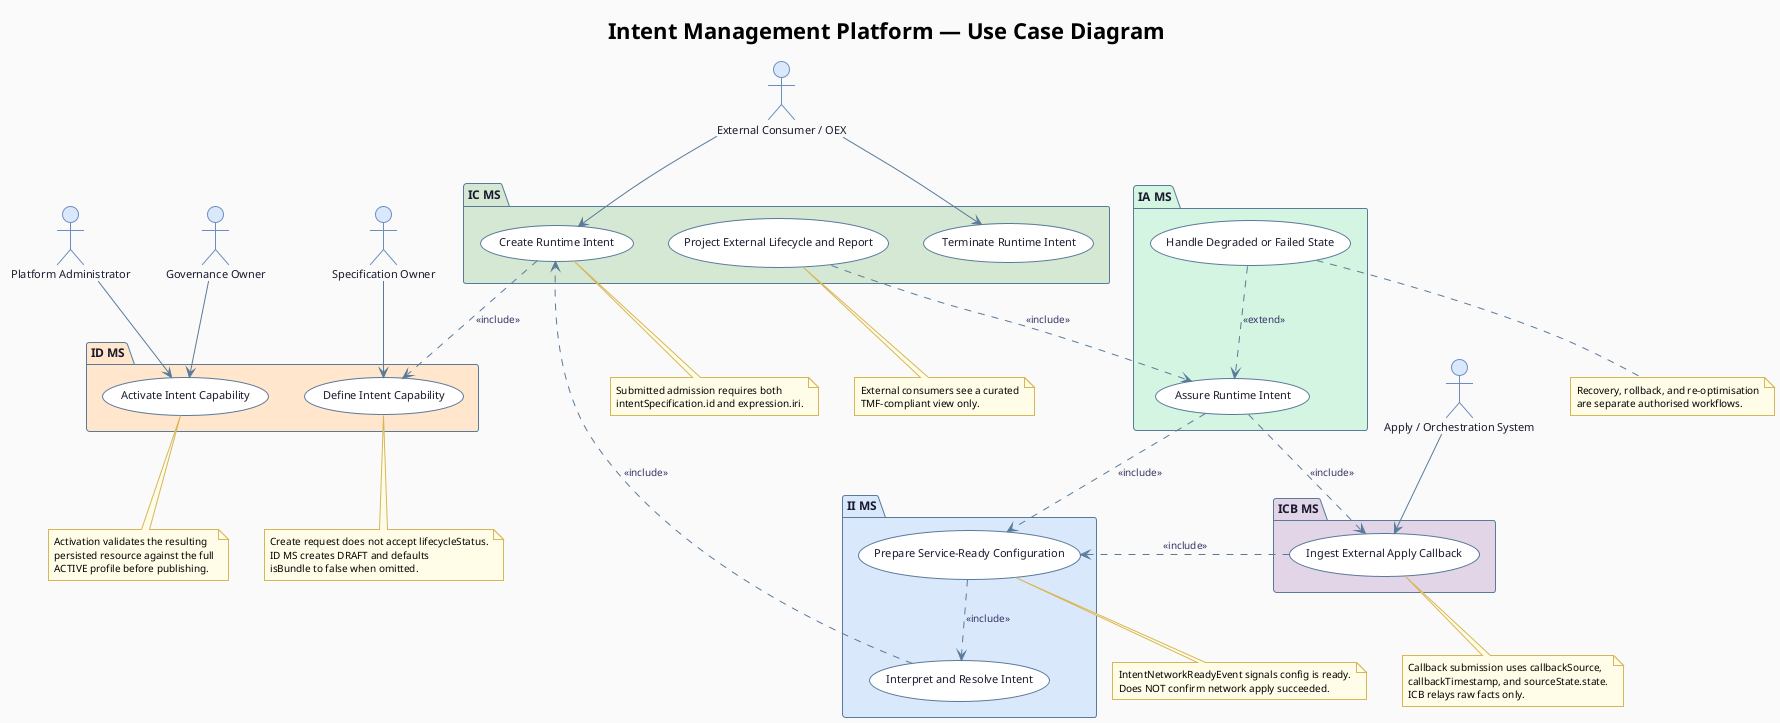
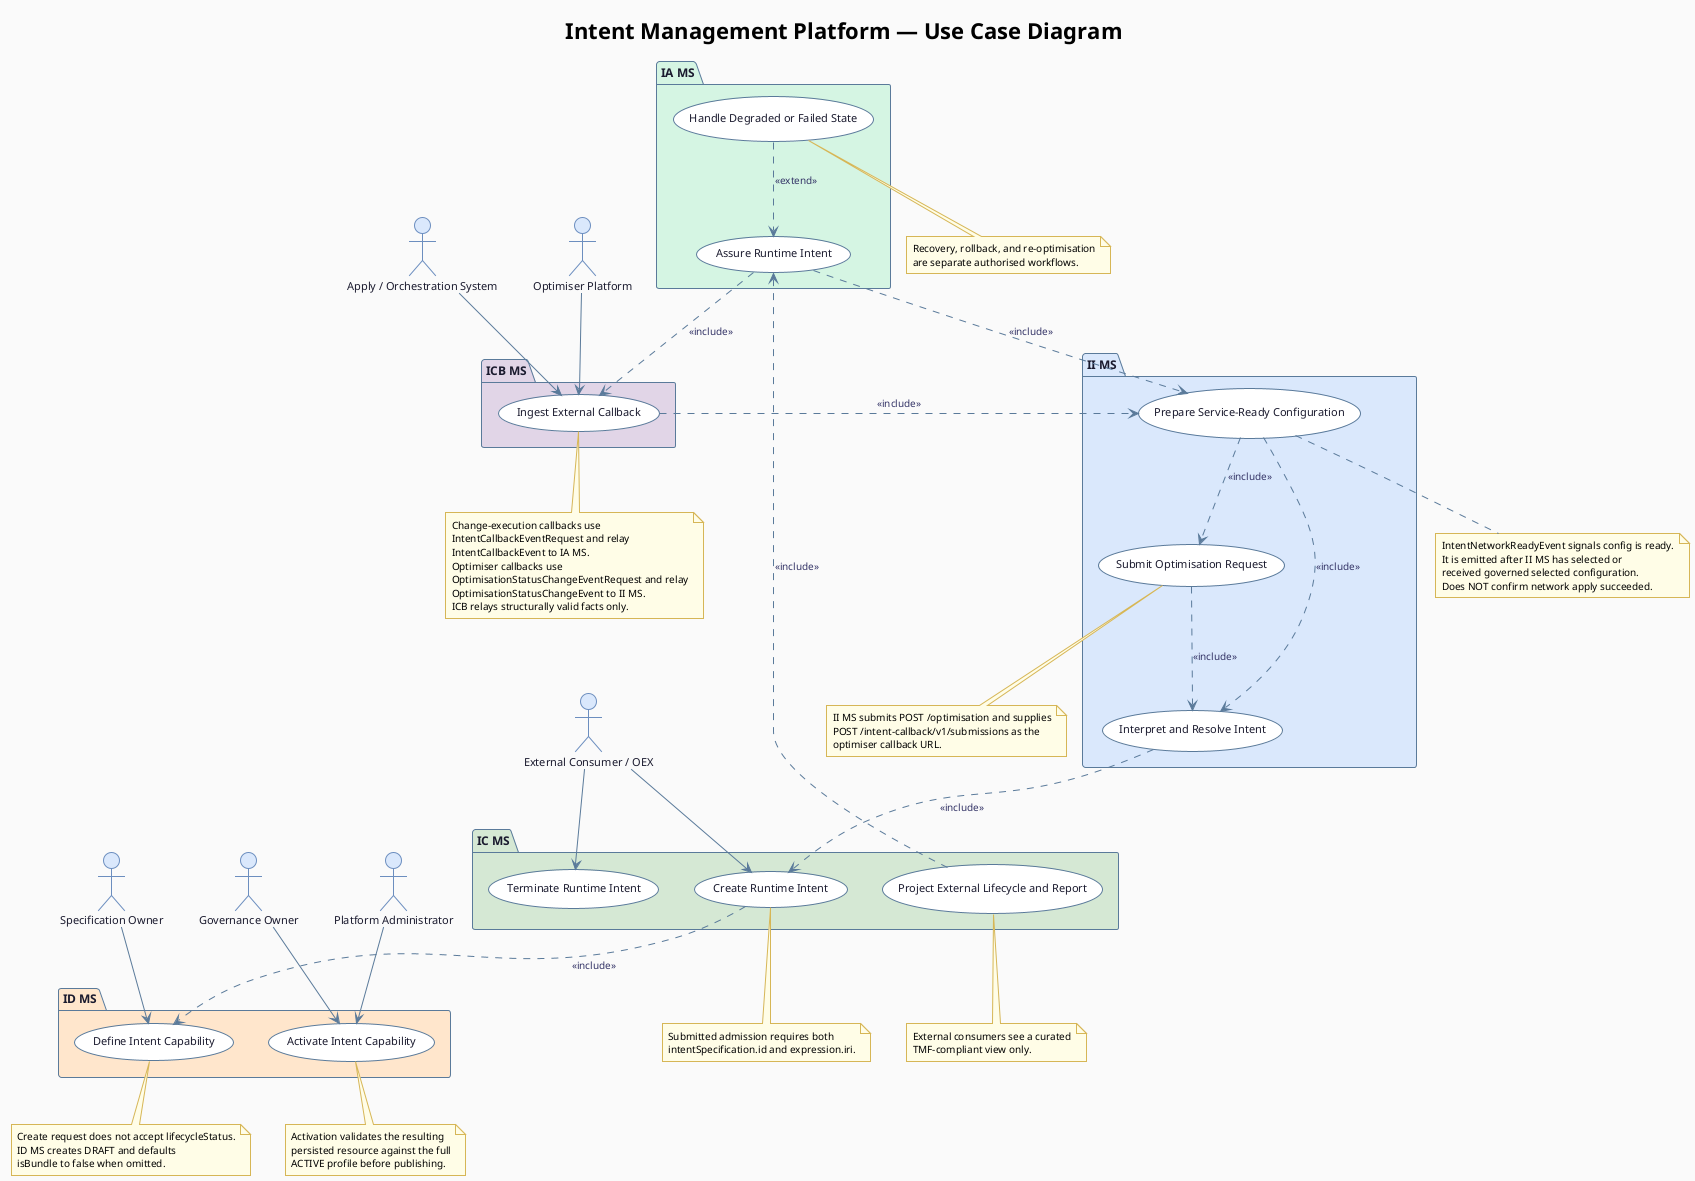
@startuml
!theme plain
skinparam backgroundColor #FAFAFA
skinparam shadowing false

skinparam usecase {
  BackgroundColor #FFFFFF
  BorderColor #5a7a9a
  FontSize 11
  FontColor #1a1a2e
  ArrowColor #5a7a9a
  ArrowFontSize 10
  ArrowFontColor #333366
}

skinparam actor {
  BackgroundColor #dae8fc
  BorderColor #6c8ebf
  FontSize 11
  FontColor #1a1a2e
}

skinparam package {
  BackgroundColor #f0f4f8
  BorderColor #5a7a9a
  FontSize 12
  FontColor #1a1a2e
}

skinparam note {
  BackgroundColor #fffde7
  BorderColor #d6b656
  FontSize 10
}

title <b>Intent Management Platform — Use Case Diagram</b>

actor "Specification Owner" as SpecOwner
actor "Governance Owner" as GovActor
actor "External Consumer / OEX" as Consumer
actor "Apply / Orchestration System" as ApplySystem
+ actor "Optimiser Platform" as Optimiser
actor "Platform Administrator" as Admin

package "ID MS" #ffe6cc {
  usecase "Define Intent Capability" as UC_Define
  usecase "Activate Intent Capability" as UC_Activate
}

package "IC MS" #d5e8d4 {
  usecase "Create Runtime Intent" as UC_Create
  usecase "Terminate Runtime Intent" as UC_Terminate
  usecase "Project External Lifecycle and Report" as UC_Project
}

package "II MS" #dae8fc {
  usecase "Interpret and Resolve Intent" as UC_Interpret
  usecase "Prepare Service-Ready Configuration" as UC_Prepare
+   usecase "Submit Optimisation Request" as UC_Optimise
}

package "ICB MS" #e1d5e7 {
-   usecase "Ingest External Apply Callback" as UC_Callback
+   usecase "Ingest External Callback" as UC_Callback
}

package "IA MS" #d5f5e3 {
  usecase "Assure Runtime Intent" as UC_Assure
  usecase "Handle Degraded or Failed State" as UC_Degrade
}

SpecOwner   --> UC_Define
GovActor    --> UC_Activate
Admin       --> UC_Activate
Consumer    --> UC_Create
Consumer    --> UC_Terminate
ApplySystem --> UC_Callback
+ Optimiser   --> UC_Callback

UC_Create    ..> UC_Define    : <<include>>
UC_Interpret ..> UC_Create    : <<include>>
UC_Prepare   ..> UC_Interpret : <<include>>
+ UC_Optimise  ..> UC_Interpret : <<include>>
+ UC_Prepare   ..> UC_Optimise  : <<include>>
UC_Callback  ..> UC_Prepare   : <<include>>
UC_Assure    ..> UC_Prepare   : <<include>>
UC_Assure    ..> UC_Callback  : <<include>>
UC_Project   ..> UC_Assure    : <<include>>
UC_Degrade   ..> UC_Assure    : <<extend>>

note bottom of UC_Define
  Create request does not accept lifecycleStatus.
  ID MS creates DRAFT and defaults
  isBundle to false when omitted.
end note

note bottom of UC_Activate
  Activation validates the resulting
  persisted resource against the full
  ACTIVE profile before publishing.
end note

note bottom of UC_Create
  Submitted admission requires both
  intentSpecification.id and expression.iri.
end note

note bottom of UC_Prepare
  IntentNetworkReadyEvent signals config is ready.
+   It is emitted after II MS has selected or
+   received governed selected configuration.
  Does NOT confirm network apply succeeded.
end note

+ note bottom of UC_Optimise
+   II MS submits POST /optimisation and supplies
+   POST /intent-callback/v1/submissions as the
+   optimiser callback URL.
+ end note
+ 
note bottom of UC_Callback
-   Callback submission uses callbackSource,
-   callbackTimestamp, and sourceState.state.
-   ICB relays raw facts only.
+   Change-execution callbacks use
+   IntentCallbackEventRequest and relay
+   IntentCallbackEvent to IA MS.
+   Optimiser callbacks use
+   OptimisationStatusChangeEventRequest and relay
+   OptimisationStatusChangeEvent to II MS.
+   ICB relays structurally valid facts only.
end note

note bottom of UC_Project
  External consumers see a curated
  TMF-compliant view only.
end note

note bottom of UC_Degrade
  Recovery, rollback, and re-optimisation
  are separate authorised workflows.
end note

@enduml